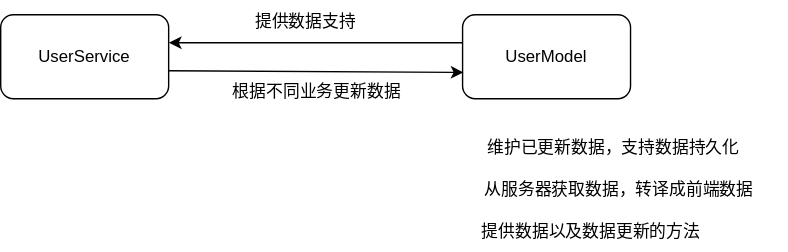
Before: vuepress_note/global_data.drawio.svg, a diagram exported from draw.io (Mochen07/draw_io). Source tidied: cells renumbered, new cells last; positions are measured from the earlier drawing's top-left corner, leaving out a move shared by most shapes. Its diagram source:
```xml
<mxGraphModel>
  <root>
    <mxCell id="0" />
    <mxCell id="1" parent="0" />
    <mxCell id="2" value="UserService" style="rounded=1;whiteSpace=wrap;html=1;" parent="1" vertex="1">
      <mxGeometry y="10" width="120" height="60" as="geometry" />
    </mxCell>
    <mxCell id="3" value="UserModel" style="rounded=1;whiteSpace=wrap;html=1;" parent="1" vertex="1">
      <mxGeometry x="330" y="10" width="120" height="60" as="geometry" />
    </mxCell>
    <mxCell id="4" style="endArrow=classic;html=1;rounded=0;exitX=1.002;exitY=0.329;exitDx=0;exitDy=0;exitPerimeter=0;entryX=0.007;entryY=0.349;entryDx=0;entryDy=0;entryPerimeter=0;" parent="1" edge="1">
      <mxGeometry relative="1" as="geometry">
        <mxPoint x="120" y="50" as="sourcePoint" />
        <mxPoint x="330.6" y="51.2" as="targetPoint" />
      </mxGeometry>
    </mxCell>
    <mxCell id="5" style="endArrow=classic;html=1;rounded=0;exitX=0;exitY=0.333;exitDx=0;exitDy=0;entryX=1.002;entryY=0.692;entryDx=0;entryDy=0;entryPerimeter=0;exitPerimeter=0;" parent="1" edge="1" source="3">
      <mxGeometry relative="1" as="geometry">
        <mxPoint x="120.2" y="30" as="targetPoint" />
      </mxGeometry>
    </mxCell>
    <mxCell id="6" value="提供数据支持" style="text;html=1;strokeColor=none;fillColor=none;align=center;verticalAlign=middle;whiteSpace=wrap;rounded=0;" parent="1" vertex="1">
      <mxGeometry x="150" width="136" height="30" as="geometry" />
    </mxCell>
    <mxCell id="7" value="根据不同业务更新数据" style="text;html=1;strokeColor=none;fillColor=none;align=center;verticalAlign=middle;whiteSpace=wrap;rounded=0;" parent="1" vertex="1">
      <mxGeometry x="130" y="50" width="192" height="30" as="geometry" />
    </mxCell>
    <mxCell id="8" value="维护已更新数据，支持数据持久化" style="text;html=1;strokeColor=none;fillColor=none;align=center;verticalAlign=middle;whiteSpace=wrap;rounded=0;" parent="1" vertex="1">
      <mxGeometry x="327.5" y="90" width="220" height="30" as="geometry" />
    </mxCell>
    <mxCell id="9" value="从服务器获取数据，转译成前端数据" style="text;html=1;strokeColor=none;fillColor=none;align=center;verticalAlign=middle;whiteSpace=wrap;rounded=0;" parent="1" vertex="1">
      <mxGeometry x="322" y="120" width="240" height="30" as="geometry" />
    </mxCell>
    <mxCell id="10" value="提供数据以及数据更新的方法" style="text;html=1;strokeColor=none;fillColor=none;align=center;verticalAlign=middle;whiteSpace=wrap;rounded=0;" parent="1" vertex="1">
      <mxGeometry x="322" y="150" width="200.5" height="30" as="geometry" />
    </mxCell>
  </root>
</mxGraphModel>
```
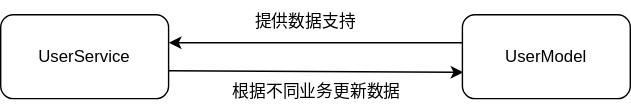
Later version of the same file.

Diff of the diagram source:
```diff
@@ -25,14 +25,5 @@
     <mxCell id="7" value="根据不同业务更新数据" style="text;html=1;strokeColor=none;fillColor=none;align=center;verticalAlign=middle;whiteSpace=wrap;rounded=0;" parent="1" vertex="1">
       <mxGeometry x="130" y="50" width="192" height="30" as="geometry" />
     </mxCell>
-    <mxCell id="8" value="维护已更新数据，支持数据持久化" style="text;html=1;strokeColor=none;fillColor=none;align=center;verticalAlign=middle;whiteSpace=wrap;rounded=0;" parent="1" vertex="1">
-      <mxGeometry x="327.5" y="90" width="220" height="30" as="geometry" />
-    </mxCell>
-    <mxCell id="9" value="从服务器获取数据，转译成前端数据" style="text;html=1;strokeColor=none;fillColor=none;align=center;verticalAlign=middle;whiteSpace=wrap;rounded=0;" parent="1" vertex="1">
-      <mxGeometry x="322" y="120" width="240" height="30" as="geometry" />
-    </mxCell>
-    <mxCell id="10" value="提供数据以及数据更新的方法" style="text;html=1;strokeColor=none;fillColor=none;align=center;verticalAlign=middle;whiteSpace=wrap;rounded=0;" parent="1" vertex="1">
-      <mxGeometry x="322" y="150" width="200.5" height="30" as="geometry" />
-    </mxCell>
   </root>
 </mxGraphModel>
```
